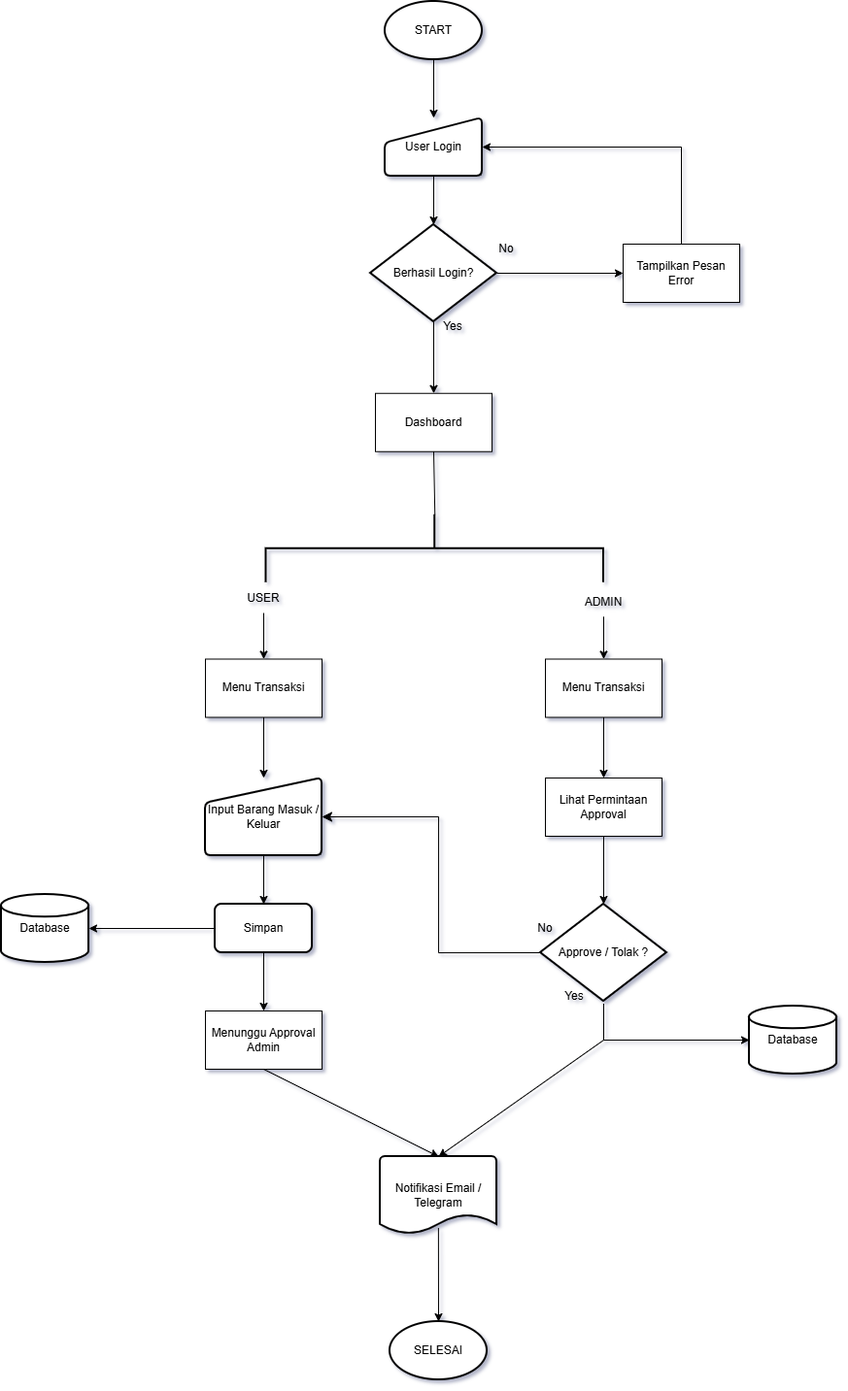
Earlier version of the draw.io export Flowchart.png (denylajor/TestProgramWings). Source tidied: cells renumbered, new cells last; positions are measured from the earlier drawing's top-left corner, leaving out a move shared by most shapes. The source it was exported from:
```xml
<mxGraphModel>
  <root>
    <mxCell id="0" />
    <mxCell id="1" parent="0" />
    <mxCell id="2" value="START" style="strokeWidth=2;html=1;shape=mxgraph.flowchart.start_1;whiteSpace=wrap;" parent="1" vertex="1">
      <mxGeometry x="395" width="100" height="60" as="geometry" />
    </mxCell>
    <mxCell id="3" value="User Login" style="html=1;strokeWidth=2;shape=manualInput;whiteSpace=wrap;rounded=1;size=26;arcSize=11;" parent="1" vertex="1">
      <mxGeometry x="395" y="120" width="100" height="60" as="geometry" />
    </mxCell>
    <mxCell id="4" style="endArrow=classic;html=1;rounded=0;exitX=0.5;exitY=1;exitDx=0;exitDy=0;exitPerimeter=0;entryX=0.5;entryY=0;entryDx=0;entryDy=0;" parent="1" edge="1" source="2" target="3">
      <mxGeometry relative="1" as="geometry" />
    </mxCell>
    <mxCell id="5" value="Berhasil Login?" style="strokeWidth=2;html=1;shape=mxgraph.flowchart.decision;whiteSpace=wrap;" parent="1" vertex="1">
      <mxGeometry x="380" y="230" width="130" height="100" as="geometry" />
    </mxCell>
    <mxCell id="6" style="endArrow=classic;html=1;rounded=0;exitX=0.5;exitY=1;exitDx=0;exitDy=0;entryX=0.5;entryY=0;entryDx=0;entryDy=0;entryPerimeter=0;" parent="1" edge="1" source="3" target="5">
      <mxGeometry relative="1" as="geometry" />
    </mxCell>
    <mxCell id="7" value="No" style="text;html=1;whiteSpace=wrap;strokeColor=none;fillColor=none;align=center;verticalAlign=middle;rounded=0;" parent="1" vertex="1">
      <mxGeometry x="490" y="240" width="60" height="30" as="geometry" />
    </mxCell>
    <mxCell id="8" value="Tampilkan Pesan Error" style="rounded=0;whiteSpace=wrap;html=1;" parent="1" vertex="1">
      <mxGeometry x="640" y="250" width="120" height="60" as="geometry" />
    </mxCell>
    <mxCell id="9" style="endArrow=classic;html=1;rounded=0;exitX=1;exitY=0.5;exitDx=0;exitDy=0;exitPerimeter=0;entryX=0;entryY=0.5;entryDx=0;entryDy=0;" parent="1" edge="1" source="5" target="8">
      <mxGeometry relative="1" as="geometry" />
    </mxCell>
    <mxCell id="10" style="endArrow=none;html=1;rounded=0;entryX=0.5;entryY=0;entryDx=0;entryDy=0;" parent="1" edge="1" target="8">
      <mxGeometry relative="1" as="geometry">
        <mxPoint x="700" y="150" as="sourcePoint" />
      </mxGeometry>
    </mxCell>
    <mxCell id="11" style="endArrow=classic;html=1;rounded=0;entryX=1;entryY=0.5;entryDx=0;entryDy=0;" parent="1" edge="1" target="3">
      <mxGeometry relative="1" as="geometry">
        <mxPoint x="700" y="150" as="sourcePoint" />
      </mxGeometry>
    </mxCell>
    <mxCell id="12" value="Yes" style="text;html=1;whiteSpace=wrap;strokeColor=none;fillColor=none;align=center;verticalAlign=middle;rounded=0;" parent="1" vertex="1">
      <mxGeometry x="435" y="320" width="60" height="30" as="geometry" />
    </mxCell>
    <mxCell id="13" style="endArrow=classic;html=1;rounded=0;entryX=0.5;entryY=0;entryDx=0;entryDy=0;exitX=0.5;exitY=1;exitDx=0;exitDy=0;exitPerimeter=0;" parent="1" edge="1" source="5" target="14">
      <mxGeometry relative="1" as="geometry" />
    </mxCell>
    <mxCell id="14" value="Dashboard" style="rounded=0;whiteSpace=wrap;html=1;" parent="1" vertex="1">
      <mxGeometry x="385" y="403.8" width="120" height="60" as="geometry" />
    </mxCell>
    <mxCell id="15" style="strokeWidth=2;html=1;shape=mxgraph.flowchart.annotation_2;align=left;labelPosition=right;rotation=90;" parent="1" vertex="1">
      <mxGeometry x="411.2" y="390" width="70" height="347.5" as="geometry" />
    </mxCell>
    <mxCell id="16" style="endArrow=none;html=1;rounded=0;entryX=0.5;entryY=1;entryDx=0;entryDy=0;exitX=0;exitY=0.5;exitDx=0;exitDy=0;exitPerimeter=0;" parent="1" edge="1" source="15" target="14">
      <mxGeometry relative="1" as="geometry" />
    </mxCell>
    <mxCell id="17" value="USER" style="text;html=1;whiteSpace=wrap;strokeColor=none;fillColor=none;align=center;verticalAlign=middle;rounded=0;" parent="1" vertex="1">
      <mxGeometry x="240" y="600" width="60" height="30" as="geometry" />
    </mxCell>
    <mxCell id="18" value="ADMIN" style="text;html=1;whiteSpace=wrap;strokeColor=none;fillColor=none;align=center;verticalAlign=middle;rounded=0;" parent="1" vertex="1">
      <mxGeometry x="590" y="603.8" width="60" height="30" as="geometry" />
    </mxCell>
    <mxCell id="19" style="endArrow=classic;html=1;rounded=0;exitX=0.5;exitY=1;exitDx=0;exitDy=0;entryX=0.5;entryY=0;entryDx=0;entryDy=0;" parent="1" edge="1" source="17" target="20">
      <mxGeometry relative="1" as="geometry" />
    </mxCell>
    <mxCell id="20" value="Menu Transaksi" style="rounded=0;whiteSpace=wrap;html=1;" parent="1" vertex="1">
      <mxGeometry x="210" y="677.5" width="120" height="60" as="geometry" />
    </mxCell>
    <mxCell id="21" value="Input Barang Masuk / Keluar" style="html=1;strokeWidth=2;shape=manualInput;whiteSpace=wrap;rounded=1;size=26;arcSize=11;" parent="1" vertex="1">
      <mxGeometry x="210" y="800" width="120" height="80" as="geometry" />
    </mxCell>
    <mxCell id="22" style="endArrow=classic;html=1;rounded=0;exitX=0.5;exitY=1;exitDx=0;exitDy=0;entryX=0.5;entryY=0;entryDx=0;entryDy=0;" parent="1" edge="1" source="20" target="21">
      <mxGeometry relative="1" as="geometry" />
    </mxCell>
    <mxCell id="23" value="Simpan" style="rounded=1;whiteSpace=wrap;html=1;absoluteArcSize=1;arcSize=14;strokeWidth=2;" parent="1" vertex="1">
      <mxGeometry x="220" y="930" width="100" height="50" as="geometry" />
    </mxCell>
    <mxCell id="24" style="endArrow=classic;html=1;rounded=0;exitX=0.5;exitY=1;exitDx=0;exitDy=0;entryX=0.5;entryY=0;entryDx=0;entryDy=0;" parent="1" edge="1" source="21" target="23">
      <mxGeometry relative="1" as="geometry" />
    </mxCell>
    <mxCell id="25" value="Menunggu Approval Admin" style="rounded=0;whiteSpace=wrap;html=1;" parent="1" vertex="1">
      <mxGeometry x="210" y="1040" width="120" height="60" as="geometry" />
    </mxCell>
    <mxCell id="26" style="endArrow=classic;html=1;rounded=0;exitX=0.5;exitY=1;exitDx=0;exitDy=0;entryX=0.5;entryY=0;entryDx=0;entryDy=0;" parent="1" edge="1" source="23" target="25">
      <mxGeometry relative="1" as="geometry" />
    </mxCell>
    <mxCell id="27" value="Database" style="strokeWidth=2;html=1;shape=mxgraph.flowchart.database;whiteSpace=wrap;" parent="1" vertex="1">
      <mxGeometry y="920" width="90" height="70" as="geometry" />
    </mxCell>
    <mxCell id="28" style="endArrow=classic;html=1;rounded=0;exitX=0;exitY=0.5;exitDx=0;exitDy=0;entryX=1;entryY=0.5;entryDx=0;entryDy=0;entryPerimeter=0;" parent="1" edge="1" source="23" target="27">
      <mxGeometry relative="1" as="geometry" />
    </mxCell>
    <mxCell id="29" value="Menu Transaksi" style="rounded=0;whiteSpace=wrap;html=1;" parent="1" vertex="1">
      <mxGeometry x="560" y="677.5" width="120" height="60" as="geometry" />
    </mxCell>
    <mxCell id="30" style="endArrow=classic;html=1;rounded=0;exitX=0.5;exitY=1;exitDx=0;exitDy=0;entryX=0.5;entryY=0;entryDx=0;entryDy=0;" parent="1" edge="1" source="18" target="29">
      <mxGeometry relative="1" as="geometry" />
    </mxCell>
    <mxCell id="31" value="Lihat Permintaan Approval" style="rounded=0;whiteSpace=wrap;html=1;" parent="1" vertex="1">
      <mxGeometry x="560" y="800" width="120" height="60" as="geometry" />
    </mxCell>
    <mxCell id="32" style="endArrow=classic;html=1;rounded=0;exitX=0.5;exitY=1;exitDx=0;exitDy=0;entryX=0.5;entryY=0;entryDx=0;entryDy=0;" parent="1" edge="1" source="29" target="31">
      <mxGeometry relative="1" as="geometry" />
    </mxCell>
    <mxCell id="33" value="Approve / Tolak ?" style="strokeWidth=2;html=1;shape=mxgraph.flowchart.decision;whiteSpace=wrap;" parent="1" vertex="1">
      <mxGeometry x="555" y="930" width="130" height="100" as="geometry" />
    </mxCell>
    <mxCell id="34" style="endArrow=classic;html=1;rounded=0;exitX=0.5;exitY=1;exitDx=0;exitDy=0;entryX=0.5;entryY=0;entryDx=0;entryDy=0;entryPerimeter=0;" parent="1" edge="1" source="31" target="33">
      <mxGeometry relative="1" as="geometry" />
    </mxCell>
    <mxCell id="35" value="Yes" style="text;html=1;whiteSpace=wrap;strokeColor=none;fillColor=none;align=center;verticalAlign=middle;rounded=0;" parent="1" vertex="1">
      <mxGeometry x="560" y="1010" width="60" height="30" as="geometry" />
    </mxCell>
    <mxCell id="36" value="No" style="text;html=1;whiteSpace=wrap;strokeColor=none;fillColor=none;align=center;verticalAlign=middle;rounded=0;" parent="1" vertex="1">
      <mxGeometry x="530" y="940" width="60" height="30" as="geometry" />
    </mxCell>
    <mxCell id="37" value="Notifikasi Email / Telegram" style="strokeWidth=2;html=1;shape=mxgraph.flowchart.document2;whiteSpace=wrap;size=0.25;" parent="1" vertex="1">
      <mxGeometry x="390" y="1190" width="120" height="80" as="geometry" />
    </mxCell>
    <mxCell id="38" style="endArrow=classic;html=1;rounded=0;entryX=0.5;entryY=0;entryDx=0;entryDy=0;entryPerimeter=0;" parent="1" edge="1" target="37">
      <mxGeometry relative="1" as="geometry">
        <mxPoint x="620" y="1070" as="sourcePoint" />
      </mxGeometry>
    </mxCell>
    <mxCell id="39" style="endArrow=classic;html=1;rounded=0;entryX=0;entryY=0.5;entryDx=0;entryDy=0;entryPerimeter=0;" parent="1" edge="1" target="40">
      <mxGeometry relative="1" as="geometry">
        <mxPoint x="620" y="1070" as="sourcePoint" />
      </mxGeometry>
    </mxCell>
    <mxCell id="40" value="Database" style="strokeWidth=2;html=1;shape=mxgraph.flowchart.database;whiteSpace=wrap;" parent="1" vertex="1">
      <mxGeometry x="770" y="1035" width="90" height="70" as="geometry" />
    </mxCell>
    <mxCell id="41" style="endArrow=classic;html=1;rounded=0;exitX=0.5;exitY=1;exitDx=0;exitDy=0;entryX=0.5;entryY=0;entryDx=0;entryDy=0;entryPerimeter=0;" parent="1" edge="1" source="25" target="37">
      <mxGeometry relative="1" as="geometry" />
    </mxCell>
    <mxCell id="42" style="endArrow=none;html=1;rounded=0;entryX=1;entryY=0.75;entryDx=0;entryDy=0;" parent="1" edge="1" target="35">
      <mxGeometry relative="1" as="geometry">
        <mxPoint x="620" y="1070" as="sourcePoint" />
      </mxGeometry>
    </mxCell>
    <mxCell id="43" value="SELESAI" style="strokeWidth=2;html=1;shape=mxgraph.flowchart.start_1;whiteSpace=wrap;" parent="1" vertex="1">
      <mxGeometry x="400" y="1360" width="100" height="60" as="geometry" />
    </mxCell>
    <mxCell id="44" style="endArrow=classic;html=1;rounded=0;exitX=0.499;exitY=0.921;exitDx=0;exitDy=0;entryX=0.5;entryY=0;entryDx=0;entryDy=0;entryPerimeter=0;exitPerimeter=0;" parent="1" edge="1" source="37" target="43">
      <mxGeometry relative="1" as="geometry" />
    </mxCell>
    <mxCell id="45" style="edgeStyle=segmentEdgeStyle;endArrow=classic;html=1;curved=0;rounded=0;endSize=8;startSize=8;sourcePerimeterSpacing=0;targetPerimeterSpacing=0;entryX=1;entryY=0.5;entryDx=0;entryDy=0;exitX=0;exitY=0.5;exitDx=0;exitDy=0;exitPerimeter=0;" parent="1" edge="1" source="33" target="21">
      <mxGeometry relative="1" as="geometry">
        <Array as="points">
          <mxPoint x="450" y="980" />
          <mxPoint x="450" y="840" />
        </Array>
      </mxGeometry>
    </mxCell>
  </root>
</mxGraphModel>
```
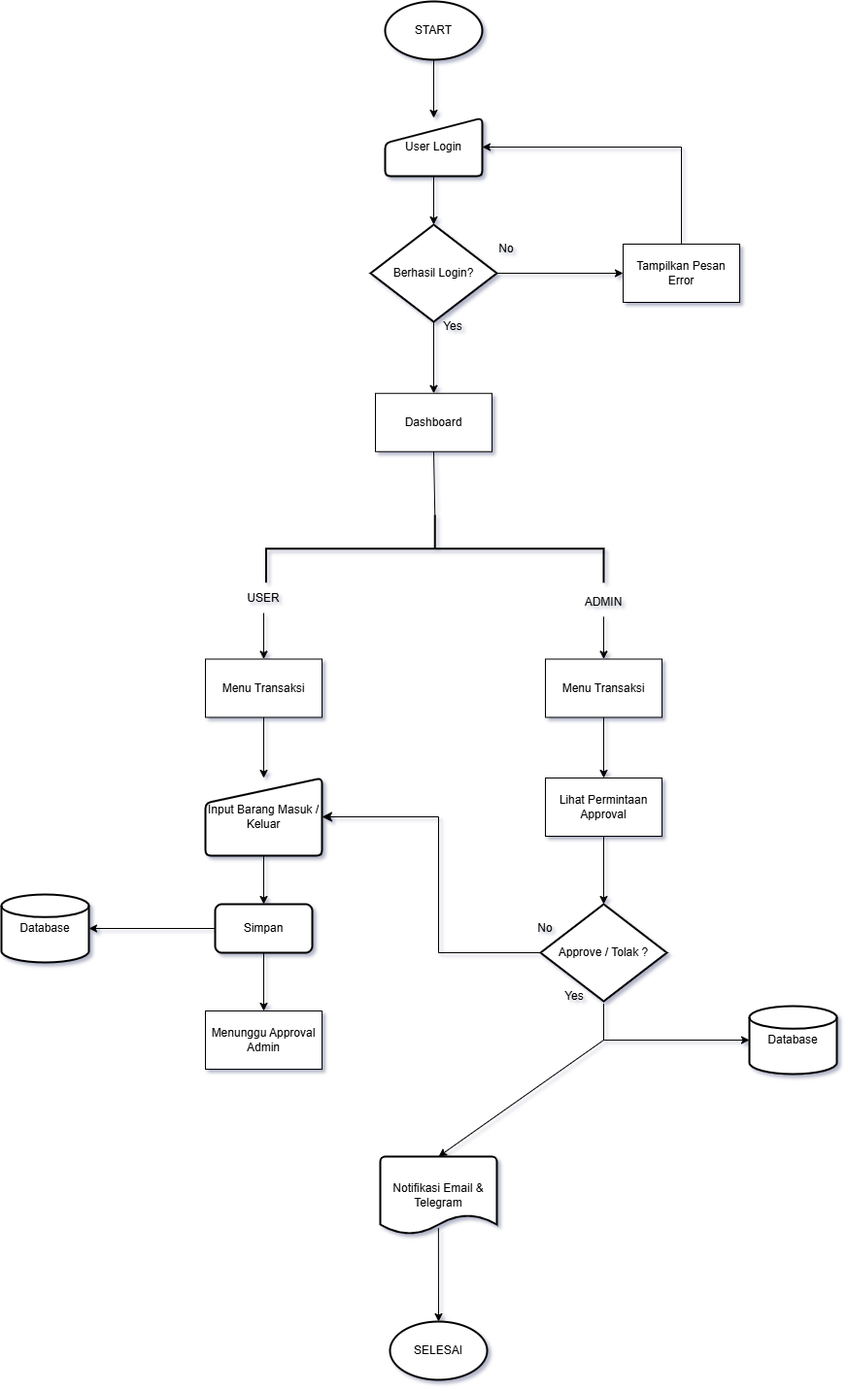
Above is the later version.

Diff of the diagram source:
```diff
@@ -111,7 +111,7 @@
     <mxCell id="36" value="No" style="text;html=1;whiteSpace=wrap;strokeColor=none;fillColor=none;align=center;verticalAlign=middle;rounded=0;" parent="1" vertex="1">
       <mxGeometry x="530" y="940" width="60" height="30" as="geometry" />
     </mxCell>
-    <mxCell id="37" value="Notifikasi Email / Telegram" style="strokeWidth=2;html=1;shape=mxgraph.flowchart.document2;whiteSpace=wrap;size=0.25;" parent="1" vertex="1">
+    <mxCell id="37" value="Notifikasi Email &amp;amp; Telegram" style="strokeWidth=2;html=1;shape=mxgraph.flowchart.document2;whiteSpace=wrap;size=0.25;" parent="1" vertex="1">
       <mxGeometry x="390" y="1190" width="120" height="80" as="geometry" />
     </mxCell>
     <mxCell id="38" style="endArrow=classic;html=1;rounded=0;entryX=0.5;entryY=0;entryDx=0;entryDy=0;entryPerimeter=0;" parent="1" edge="1" target="37">
@@ -127,9 +127,6 @@
     <mxCell id="40" value="Database" style="strokeWidth=2;html=1;shape=mxgraph.flowchart.database;whiteSpace=wrap;" parent="1" vertex="1">
       <mxGeometry x="770" y="1035" width="90" height="70" as="geometry" />
     </mxCell>
-    <mxCell id="41" style="endArrow=classic;html=1;rounded=0;exitX=0.5;exitY=1;exitDx=0;exitDy=0;entryX=0.5;entryY=0;entryDx=0;entryDy=0;entryPerimeter=0;" parent="1" edge="1" source="25" target="37">
-      <mxGeometry relative="1" as="geometry" />
-    </mxCell>
     <mxCell id="42" style="endArrow=none;html=1;rounded=0;entryX=1;entryY=0.75;entryDx=0;entryDy=0;" parent="1" edge="1" target="35">
       <mxGeometry relative="1" as="geometry">
         <mxPoint x="620" y="1070" as="sourcePoint" />
```
